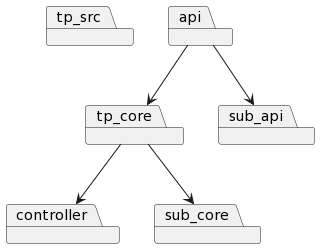
Before: diagrams/test_project.png, a diagram exported from PlantUML (Perlten/Architectural-Lens).
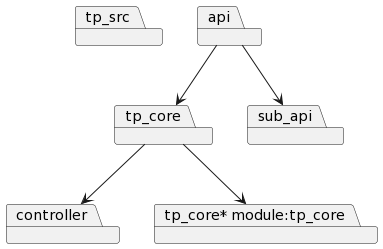
After the change.

The edit, as a diff of the source:
```diff
@@ -1,12 +1,12 @@
 @startuml
 package tp_src
-package api
-package controller
-package tp_core
-package sub_api
-package sub_core
-api-->sub_api
-api-->tp_core
-tp_core-->controller
-tp_core-->sub_core
+package "api"
+package "controller"
+package "tp_core"
+package "sub_api"
+package "tp_core* module:tp_core"
+"api"-->"tp_core"
+"api"-->"sub_api"
+"tp_core"-->"tp_core* module:tp_core"
+"tp_core"-->"controller"
 @enduml
```
